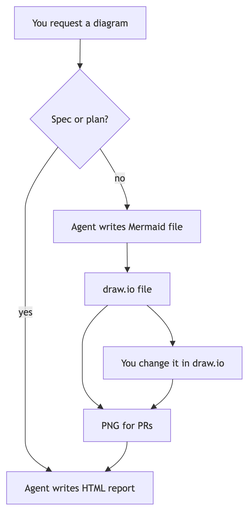
This is docs/diagrams/viz/how-viz-works.drawio.png from msadig/viz-skill, a draw.io export, as it was before one commit. Source tidied: cells renumbered, new cells last; positions are measured from the earlier drawing's top-left corner, leaving out a move shared by most shapes.
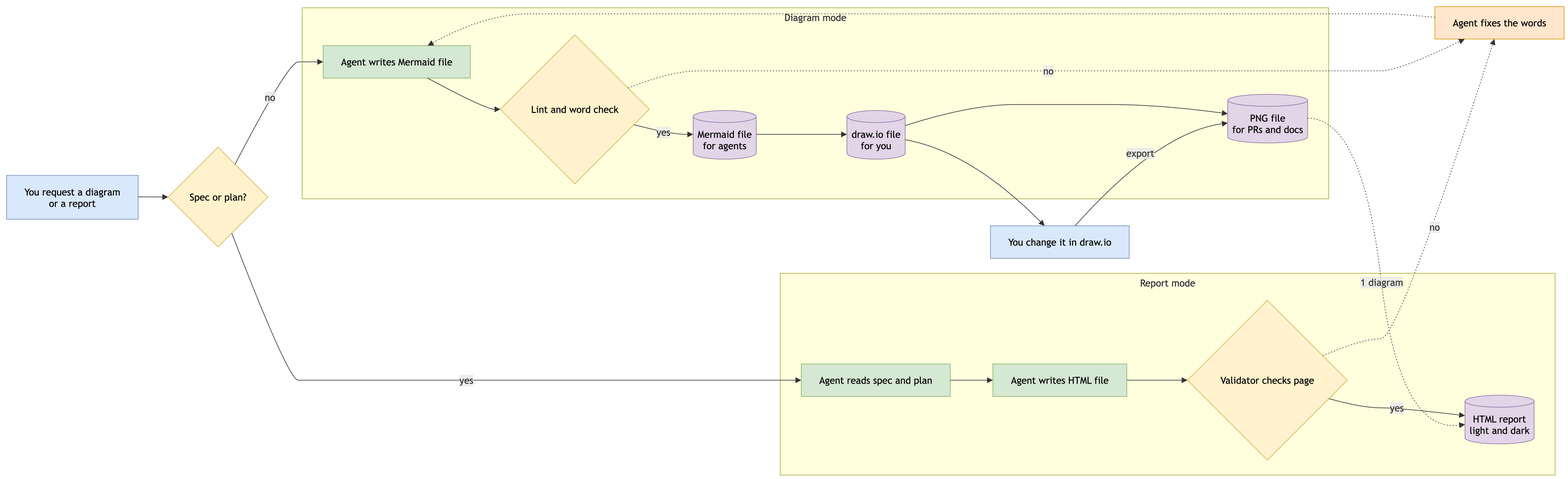
Above is the later version.

Diff of the diagram source:
```diff
@@ -2,84 +2,182 @@
   <root>
     <mxCell id="0" />
     <mxCell id="1" parent="0" />
-    <mxCell id="2" value="You request a diagram" style="html=1;whiteSpace=wrap;strokeWidth=1;fillColor=light-dark(#ECECFF,#1f2020);strokeColor=light-dark(#9370DB,#cccccc);fontColor=light-dark(#333333,#cccccc);fontFamily=Trebuchet MS,Verdana,Arial,sans-serif;fontSize=16;" parent="1" vertex="1">
-      <mxGeometry x="13" width="219" height="54" as="geometry" />
+    <mxCell id="2" value="Diagram mode" style="html=1;whiteSpace=wrap;strokeWidth=1;verticalAlign=top;fillColor=light-dark(#ffffde,#1f2020);strokeColor=light-dark(#aaaa33,#cccccc);fontColor=light-dark(#333333,#cccccc);fontFamily=Trebuchet MS,Verdana,Arial,sans-serif;fontSize=16;" parent="1" vertex="1">
+      <mxGeometry x="492" y="37" width="1709" height="318" as="geometry" />
     </mxCell>
-    <mxCell id="3" value="Spec or plan?" style="rhombus;html=1;strokeWidth=1;whiteSpace=wrap;fillColor=light-dark(#ECECFF,#1f2020);strokeColor=light-dark(#9370DB,#cccccc);fontColor=light-dark(#333333,#cccccc);fontFamily=Trebuchet MS,Verdana,Arial,sans-serif;fontSize=16;" parent="1" vertex="1">
-      <mxGeometry x="39" y="104" width="166" height="166" as="geometry" />
+    <mxCell id="3" value="Agent writes Mermaid file" style="html=1;whiteSpace=wrap;strokeWidth=1;fillColor=#d5e8d4;strokeColor=#82b366;fontColor=default;fontFamily=Trebuchet MS,Verdana,Arial,sans-serif;fontSize=16;" parent="2" vertex="1">
+      <mxGeometry x="35" y="63" width="245" height="54" as="geometry" />
     </mxCell>
-    <mxCell id="4" value="Agent writes Mermaid file" style="html=1;whiteSpace=wrap;strokeWidth=1;fillColor=light-dark(#ECECFF,#1f2020);strokeColor=light-dark(#9370DB,#cccccc);fontColor=light-dark(#333333,#cccccc);fontFamily=Trebuchet MS,Verdana,Arial,sans-serif;fontSize=16;" parent="1" vertex="1">
-      <mxGeometry x="78" y="339" width="245" height="54" as="geometry" />
+    <mxCell id="4" value="Lint and word check" style="rhombus;html=1;strokeWidth=1;whiteSpace=wrap;fillColor=#fff2cc;strokeColor=#d6b656;fontColor=default;fontFamily=Trebuchet MS,Verdana,Arial,sans-serif;fontSize=16;" parent="2" vertex="1">
+      <mxGeometry x="330" y="45" width="248" height="248" as="geometry" />
     </mxCell>
-    <mxCell id="5" value="Agent writes HTML report" style="html=1;whiteSpace=wrap;strokeWidth=1;fillColor=light-dark(#ECECFF,#1f2020);strokeColor=light-dark(#9370DB,#cccccc);fontColor=light-dark(#333333,#cccccc);fontFamily=Trebuchet MS,Verdana,Arial,sans-serif;fontSize=16;" parent="1" vertex="1">
-      <mxGeometry y="774" width="244" height="54" as="geometry" />
+    <mxCell id="5" value="Mermaid file&#10;for agents" style="html=1;shape=cylinder3;boundedLbl=1;backgroundOutline=1;size=10;strokeWidth=1;whiteSpace=wrap;fillColor=#e1d5e7;strokeColor=#9673a6;fontColor=default;fontFamily=Trebuchet MS,Verdana,Arial,sans-serif;fontSize=16;" parent="2" vertex="1">
+      <mxGeometry x="651" y="171" width="105" height="81" as="geometry" />
     </mxCell>
-    <mxCell id="6" value="draw.io file" style="html=1;whiteSpace=wrap;strokeWidth=1;fillColor=light-dark(#ECECFF,#1f2020);strokeColor=light-dark(#9370DB,#cccccc);fontColor=light-dark(#333333,#cccccc);fontFamily=Trebuchet MS,Verdana,Arial,sans-serif;fontSize=16;" parent="1" vertex="1">
-      <mxGeometry x="130" y="443" width="142" height="54" as="geometry" />
+    <mxCell id="6" value="draw.io file&#10;for you" style="html=1;shape=cylinder3;boundedLbl=1;backgroundOutline=1;size=10;strokeWidth=1;whiteSpace=wrap;fillColor=#e1d5e7;strokeColor=#9673a6;fontColor=default;fontFamily=Trebuchet MS,Verdana,Arial,sans-serif;fontSize=16;" parent="2" vertex="1">
+      <mxGeometry x="907" y="171" width="97" height="81" as="geometry" />
     </mxCell>
-    <mxCell id="7" value="PNG for PRs" style="html=1;whiteSpace=wrap;strokeWidth=1;fillColor=light-dark(#ECECFF,#1f2020);strokeColor=light-dark(#9370DB,#cccccc);fontColor=light-dark(#333333,#cccccc);fontFamily=Trebuchet MS,Verdana,Arial,sans-serif;fontSize=16;" parent="1" vertex="1">
-      <mxGeometry x="128" y="670" width="145" height="54" as="geometry" />
+    <mxCell id="7" value="PNG file&#10;for PRs and docs" style="html=1;shape=cylinder3;boundedLbl=1;backgroundOutline=1;size=10;strokeWidth=1;whiteSpace=wrap;fillColor=#e1d5e7;strokeColor=#9673a6;fontColor=default;fontFamily=Trebuchet MS,Verdana,Arial,sans-serif;fontSize=16;" parent="2" vertex="1">
+      <mxGeometry x="1541" y="144" width="133" height="81" as="geometry" />
     </mxCell>
+    <mxCell id="17" style="curved=1;startArrow=none;endArrow=block;endSize=7;strokeColor=light-dark(#333333,#cccccc);exitX=0.71;exitY=1;entryX=0;entryY=0.5;" parent="2" edge="1" source="3" target="4">
+      <mxGeometry relative="1" as="geometry">
+        <Array as="points">
+          <mxPoint x="305" y="169" />
+        </Array>
+      </mxGeometry>
+    </mxCell>
+    <mxCell id="18" value="yes" style="curved=1;startArrow=none;endArrow=block;endSize=7;strokeColor=light-dark(#333333,#cccccc);html=1;fontSize=16;labelBackgroundColor=light-dark(#E8E8E88D,#2a2a2a8D);fontFamily=Trebuchet MS,Verdana,Arial,sans-serif;fontColor=light-dark(#333333,#cccccc);exitX=1;exitY=0.63;entryX=0;entryY=0.49;" parent="2" edge="1" source="4" target="5">
+      <mxGeometry relative="1" as="geometry">
+        <Array as="points">
+          <mxPoint x="615" y="211" />
+        </Array>
+      </mxGeometry>
+    </mxCell>
+    <mxCell id="19" style="curved=1;startArrow=none;endArrow=block;endSize=7;strokeColor=light-dark(#333333,#cccccc);exitX=1;exitY=0.49;entryX=0;entryY=0.49;" parent="2" edge="1" source="5" target="6">
+      <mxGeometry relative="1" as="geometry" />
+    </mxCell>
+    <mxCell id="20" style="curved=1;startArrow=none;endArrow=block;endSize=7;strokeColor=light-dark(#333333,#cccccc);exitX=1;exitY=0.31;entryX=0;entryY=0.4;" parent="2" edge="1" source="6" target="7">
+      <mxGeometry relative="1" as="geometry">
+        <Array as="points">
+          <mxPoint x="1113" y="161" />
+          <mxPoint x="1262" y="161" />
+          <mxPoint x="1426" y="161" />
+        </Array>
+      </mxGeometry>
+    </mxCell>
-    <mxCell id="8" value="You change it in draw.io" style="html=1;whiteSpace=wrap;strokeWidth=1;fillColor=light-dark(#ECECFF,#1f2020);strokeColor=light-dark(#9370DB,#cccccc);fontColor=light-dark(#333333,#cccccc);fontFamily=Trebuchet MS,Verdana,Arial,sans-serif;fontSize=16;" parent="1" vertex="1">
-      <mxGeometry x="161" y="566" width="231" height="54" as="geometry" />
+    <mxCell id="8" value="Report mode" style="html=1;whiteSpace=wrap;strokeWidth=1;verticalAlign=top;fillColor=light-dark(#ffffde,#1f2020);strokeColor=light-dark(#aaaa33,#cccccc);fontColor=light-dark(#333333,#cccccc);fontFamily=Trebuchet MS,Verdana,Arial,sans-serif;fontSize=16;" parent="1" vertex="1">
+      <mxGeometry x="1288" y="479" width="1290" height="336" as="geometry" />
     </mxCell>
-    <mxCell id="9" style="curved=1;startArrow=none;endArrow=block;endSize=7;strokeColor=light-dark(#333333,#cccccc);exitX=0.5;exitY=1;entryX=0.5;entryY=0;" parent="1" edge="1" source="2" target="3">
-      <mxGeometry relative="1" as="geometry" />
+    <mxCell id="9" value="Agent reads spec and plan" style="html=1;whiteSpace=wrap;strokeWidth=1;fillColor=#d5e8d4;strokeColor=#82b366;fontColor=default;fontFamily=Trebuchet MS,Verdana,Arial,sans-serif;fontSize=16;" parent="8" vertex="1">
+      <mxGeometry x="35" y="151" width="248" height="54" as="geometry" />
     </mxCell>
-    <mxCell id="10" value="no" style="curved=1;startArrow=none;endArrow=block;endSize=7;strokeColor=light-dark(#333333,#cccccc);html=1;fontSize=16;labelBackgroundColor=light-dark(#E8E8E88D,#2a2a2a8D);fontFamily=Trebuchet MS,Verdana,Arial,sans-serif;fontColor=light-dark(#333333,#cccccc);exitX=0.84;exitY=1;entryX=0.5;entryY=0;" parent="1" edge="1" source="3" target="4">
-      <mxGeometry relative="1" as="geometry">
-        <Array as="points">
-          <mxPoint x="201" y="305" />
-        </Array>
-      </mxGeometry>
+    <mxCell id="10" value="Agent writes HTML file" style="html=1;whiteSpace=wrap;strokeWidth=1;fillColor=#d5e8d4;strokeColor=#82b366;fontColor=default;fontFamily=Trebuchet MS,Verdana,Arial,sans-serif;fontSize=16;" parent="8" vertex="1">
+      <mxGeometry x="354" y="151" width="223" height="54" as="geometry" />
     </mxCell>
-    <mxCell id="11" value="yes" style="curved=1;startArrow=none;endArrow=block;endSize=7;strokeColor=light-dark(#333333,#cccccc);html=1;fontSize=16;labelBackgroundColor=light-dark(#E8E8E88D,#2a2a2a8D);fontFamily=Trebuchet MS,Verdana,Arial,sans-serif;fontColor=light-dark(#333333,#cccccc);exitX=0.11;exitY=1;entryX=0.31;entryY=0;" parent="1" edge="1" source="3" target="5">
-      <mxGeometry relative="1" as="geometry">
-        <Array as="points">
-          <mxPoint x="31" y="305" />
-          <mxPoint x="31" y="366" />
-          <mxPoint x="31" y="418" />
-          <mxPoint x="31" y="470" />
-          <mxPoint x="31" y="532" />
-          <mxPoint x="31" y="593" />
-          <mxPoint x="31" y="645" />
-          <mxPoint x="31" y="697" />
-          <mxPoint x="31" y="749" />
-        </Array>
-      </mxGeometry>
+    <mxCell id="11" value="Validator checks page" style="rhombus;html=1;strokeWidth=1;whiteSpace=wrap;fillColor=#fff2cc;strokeColor=#d6b656;fontColor=default;fontFamily=Trebuchet MS,Verdana,Arial,sans-serif;fontSize=16;" parent="8" vertex="1">
+      <mxGeometry x="678" y="45" width="266" height="266" as="geometry" />
     </mxCell>
-    <mxCell id="12" style="curved=1;startArrow=none;endArrow=block;endSize=7;strokeColor=light-dark(#333333,#cccccc);exitX=0.5;exitY=1;entryX=0.5;entryY=0;" parent="1" edge="1" source="4" target="6">
-      <mxGeometry relative="1" as="geometry" />
+    <mxCell id="12" value="HTML report&#10;light and dark" style="html=1;shape=cylinder3;boundedLbl=1;backgroundOutline=1;size=10;strokeWidth=1;whiteSpace=wrap;fillColor=#e1d5e7;strokeColor=#9673a6;fontColor=default;fontFamily=Trebuchet MS,Verdana,Arial,sans-serif;fontSize=16;" parent="8" vertex="1">
+      <mxGeometry x="1140" y="203" width="115" height="81" as="geometry" />
     </mxCell>
+    <mxCell id="21" style="curved=1;startArrow=none;endArrow=block;endSize=7;strokeColor=light-dark(#333333,#cccccc);exitX=1;exitY=0.5;entryX=0;entryY=0.5;" parent="8" edge="1" source="9" target="10">
+      <mxGeometry relative="1" as="geometry" />
+    </mxCell>
+    <mxCell id="22" style="curved=1;startArrow=none;endArrow=block;endSize=7;strokeColor=light-dark(#333333,#cccccc);exitX=1;exitY=0.5;entryX=0;entryY=0.5;" parent="8" edge="1" source="10" target="11">
+      <mxGeometry relative="1" as="geometry" />
+    </mxCell>
+    <mxCell id="23" value="yes" style="curved=1;startArrow=none;endArrow=block;endSize=7;strokeColor=light-dark(#333333,#cccccc);html=1;fontSize=16;labelBackgroundColor=light-dark(#E8E8E88D,#2a2a2a8D);fontFamily=Trebuchet MS,Verdana,Arial,sans-serif;fontColor=light-dark(#333333,#cccccc);exitX=1;exitY=0.65;entryX=0;entryY=0.42;" parent="8" edge="1" source="11" target="12">
+      <mxGeometry relative="1" as="geometry">
+        <Array as="points">
+          <mxPoint x="969" y="224" />
+          <mxPoint x="1030" y="224" />
+        </Array>
+      </mxGeometry>
+    </mxCell>
-    <mxCell id="13" style="curved=1;startArrow=none;endArrow=block;endSize=7;strokeColor=light-dark(#333333,#cccccc);exitX=0.27;exitY=1;entryX=0.23;entryY=0;" parent="1" edge="1" source="6" target="7">
-      <mxGeometry relative="1" as="geometry">
-        <Array as="points">
-          <mxPoint x="126" y="532" />
-          <mxPoint x="126" y="593" />
-          <mxPoint x="126" y="645" />
-        </Array>
-      </mxGeometry>
+    <mxCell id="13" value="You request a diagram&#10;or a report" style="html=1;whiteSpace=wrap;strokeWidth=1;fillColor=#dae8fc;strokeColor=#6c8ebf;fontColor=default;fontFamily=Trebuchet MS,Verdana,Arial,sans-serif;fontSize=16;" parent="1" vertex="1">
+      <mxGeometry y="316" width="219" height="73" as="geometry" />
     </mxCell>
-    <mxCell id="14" style="curved=1;startArrow=none;endArrow=block;endSize=7;strokeColor=light-dark(#333333,#cccccc);exitX=0.73;exitY=1;entryX=0.5;entryY=0;" parent="1" edge="1" source="6" target="8">
-      <mxGeometry relative="1" as="geometry">
-        <Array as="points">
-          <mxPoint x="276" y="532" />
-        </Array>
-      </mxGeometry>
+    <mxCell id="14" value="Spec or plan?" style="rhombus;html=1;strokeWidth=1;whiteSpace=wrap;fillColor=#fff2cc;strokeColor=#d6b656;fontColor=default;fontFamily=Trebuchet MS,Verdana,Arial,sans-serif;fontSize=16;" parent="1" vertex="1">
+      <mxGeometry x="269" y="269" width="166" height="166" as="geometry" />
     </mxCell>
-    <mxCell id="15" style="curved=1;startArrow=none;endArrow=block;endSize=7;strokeColor=light-dark(#333333,#cccccc);exitX=0.5;exitY=1;entryX=0.77;entryY=0;" parent="1" edge="1" source="8" target="7">
-      <mxGeometry relative="1" as="geometry">
-        <Array as="points">
-          <mxPoint x="276" y="645" />
-        </Array>
-      </mxGeometry>
+    <mxCell id="15" value="You change it in draw.io" style="html=1;whiteSpace=wrap;strokeWidth=1;fillColor=#dae8fc;strokeColor=#6c8ebf;fontColor=default;fontFamily=Trebuchet MS,Verdana,Arial,sans-serif;fontSize=16;" parent="1" vertex="1">
+      <mxGeometry x="1638" y="400" width="231" height="54" as="geometry" />
     </mxCell>
-    <mxCell id="16" style="curved=1;startArrow=none;endArrow=block;endSize=7;strokeColor=light-dark(#333333,#cccccc);exitX=0.5;exitY=1;entryX=0.67;entryY=0;" parent="1" edge="1" source="7" target="5">
-      <mxGeometry relative="1" as="geometry">
-        <Array as="points">
-          <mxPoint x="201" y="749" />
-        </Array>
-      </mxGeometry>
+    <mxCell id="16" value="Agent fixes the words" style="html=1;whiteSpace=wrap;strokeWidth=1;fillColor=#ffe6cc;strokeColor=#d79b00;fontColor=default;fontFamily=Trebuchet MS,Verdana,Arial,sans-serif;fontSize=16;" parent="1" vertex="1">
+      <mxGeometry x="2378" y="35" width="215" height="54" as="geometry" />
     </mxCell>
+    <mxCell id="24" style="curved=1;startArrow=none;endArrow=block;endSize=7;strokeColor=light-dark(#333333,#cccccc);exitX=1;exitY=0.49;entryX=0;entryY=0.5;" parent="1" edge="1" source="13" target="14">
+      <mxGeometry relative="1" as="geometry" />
+    </mxCell>
+    <mxCell id="25" value="no" style="curved=1;startArrow=none;endArrow=block;endSize=7;strokeColor=light-dark(#333333,#cccccc);html=1;fontSize=16;labelBackgroundColor=light-dark(#E8E8E88D,#2a2a2a8D);fontFamily=Trebuchet MS,Verdana,Arial,sans-serif;fontColor=light-dark(#333333,#cccccc);exitX=0.76;exitY=0;entryX=0;entryY=0.5;" parent="1" edge="1" source="14" target="3">
+      <mxGeometry relative="1" as="geometry">
+        <Array as="points">
+          <mxPoint x="469" y="127" />
+          <mxPoint x="502" y="127" />
+        </Array>
+      </mxGeometry>
+    </mxCell>
+    <mxCell id="26" value="yes" style="curved=1;startArrow=none;endArrow=block;endSize=7;strokeColor=light-dark(#333333,#cccccc);html=1;fontSize=16;labelBackgroundColor=light-dark(#E8E8E88D,#2a2a2a8D);fontFamily=Trebuchet MS,Verdana,Arial,sans-serif;fontColor=light-dark(#333333,#cccccc);exitX=0.69;exitY=1;entryX=0;entryY=0.5;" parent="1" edge="1" source="14" target="9">
+      <mxGeometry relative="1" as="geometry">
+        <Array as="points">
+          <mxPoint x="469" y="657" />
+          <mxPoint x="502" y="657" />
+          <mxPoint x="650" y="657" />
+          <mxPoint x="797" y="657" />
+          <mxPoint x="946" y="657" />
+          <mxPoint x="1107" y="657" />
+          <mxPoint x="1196" y="657" />
+          <mxPoint x="1273" y="657" />
+          <mxPoint x="1298" y="657" />
+        </Array>
+      </mxGeometry>
+    </mxCell>
+    <mxCell id="27" value="no" style="curved=1;dashed=1;dashPattern=2 3;fixDash=1;startArrow=none;endArrow=block;endSize=7;strokeColor=light-dark(#333333,#cccccc);html=1;fontSize=16;labelBackgroundColor=light-dark(#E8E8E88D,#2a2a2a8D);fontFamily=Trebuchet MS,Verdana,Arial,sans-serif;fontColor=light-dark(#333333,#cccccc);exitX=1;exitY=0.3;entryX=0.23;entryY=1;" parent="1" edge="1" source="4" target="16">
+      <mxGeometry relative="1" as="geometry">
+        <Array as="points">
+          <mxPoint x="1107" y="142" />
+          <mxPoint x="1196" y="142" />
+          <mxPoint x="1273" y="142" />
+          <mxPoint x="1298" y="142" />
+          <mxPoint x="1447" y="142" />
+          <mxPoint x="1605" y="142" />
+          <mxPoint x="1754" y="142" />
+          <mxPoint x="1918" y="142" />
+          <mxPoint x="2099" y="142" />
+          <mxPoint x="2257" y="142" />
+          <mxPoint x="2318" y="142" />
+        </Array>
+      </mxGeometry>
+    </mxCell>
+    <mxCell id="28" style="curved=1;dashed=1;dashPattern=2 3;fixDash=1;startArrow=none;endArrow=block;endSize=7;strokeColor=light-dark(#333333,#cccccc);exitX=0;exitY=0.33;entryX=0.71;entryY=0;" parent="1" edge="1" source="16" target="3">
+      <mxGeometry relative="1" as="geometry">
+        <Array as="points">
+          <mxPoint x="2318" y="47" />
+          <mxPoint x="2257" y="47" />
+          <mxPoint x="2099" y="47" />
+          <mxPoint x="1918" y="47" />
+          <mxPoint x="1754" y="47" />
+          <mxPoint x="1605" y="47" />
+          <mxPoint x="1447" y="47" />
+          <mxPoint x="1298" y="47" />
+          <mxPoint x="1273" y="47" />
+          <mxPoint x="1196" y="47" />
+          <mxPoint x="1107" y="47" />
+          <mxPoint x="946" y="47" />
+          <mxPoint x="797" y="47" />
+        </Array>
+      </mxGeometry>
+    </mxCell>
+    <mxCell id="29" style="curved=1;startArrow=none;endArrow=block;endSize=7;strokeColor=light-dark(#333333,#cccccc);exitX=1;exitY=0.6;entryX=0.39;entryY=0;" parent="1" edge="1" source="6" target="15">
+      <mxGeometry relative="1" as="geometry">
+        <Array as="points">
+          <mxPoint x="1605" y="276" />
+        </Array>
+      </mxGeometry>
+    </mxCell>
+    <mxCell id="30" value="export" style="curved=1;startArrow=none;endArrow=block;endSize=7;strokeColor=light-dark(#333333,#cccccc);html=1;fontSize=16;labelBackgroundColor=light-dark(#E8E8E88D,#2a2a2a8D);fontFamily=Trebuchet MS,Verdana,Arial,sans-serif;fontColor=light-dark(#333333,#cccccc);exitX=0.61;exitY=0;entryX=0;entryY=0.59;" parent="1" edge="1" source="15" target="7">
+      <mxGeometry relative="1" as="geometry">
+        <Array as="points">
+          <mxPoint x="1918" y="244" />
+        </Array>
+      </mxGeometry>
+    </mxCell>
+    <mxCell id="31" value="no" style="curved=1;dashed=1;dashPattern=2 3;fixDash=1;startArrow=none;endArrow=block;endSize=7;strokeColor=light-dark(#333333,#cccccc);html=1;fontSize=16;labelBackgroundColor=light-dark(#E8E8E88D,#2a2a2a8D);fontFamily=Trebuchet MS,Verdana,Arial,sans-serif;fontColor=light-dark(#333333,#cccccc);exitX=1;exitY=0.28;entryX=0.46;entryY=1;" parent="1" edge="1" source="11" target="16">
+      <mxGeometry relative="1" as="geometry">
+        <Array as="points">
+          <mxPoint x="2257" y="588" />
+          <mxPoint x="2318" y="588" />
+        </Array>
+      </mxGeometry>
+    </mxCell>
+    <mxCell id="32" value="1 diagram" style="curved=1;dashed=1;dashPattern=2 3;fixDash=1;startArrow=none;endArrow=block;endSize=7;strokeColor=light-dark(#333333,#cccccc);html=1;fontSize=16;labelBackgroundColor=light-dark(#E8E8E88D,#2a2a2a8D);fontFamily=Trebuchet MS,Verdana,Arial,sans-serif;fontColor=light-dark(#333333,#cccccc);exitX=1;exitY=0.49;entryX=0;entryY=0.6;" parent="1" edge="1" source="7" target="12">
+      <mxGeometry relative="1" as="geometry">
+        <Array as="points">
+          <mxPoint x="2257" y="221" />
+          <mxPoint x="2318" y="746" />
+        </Array>
+      </mxGeometry>
+    </mxCell>
   </root>
 </mxGraphModel>
```
